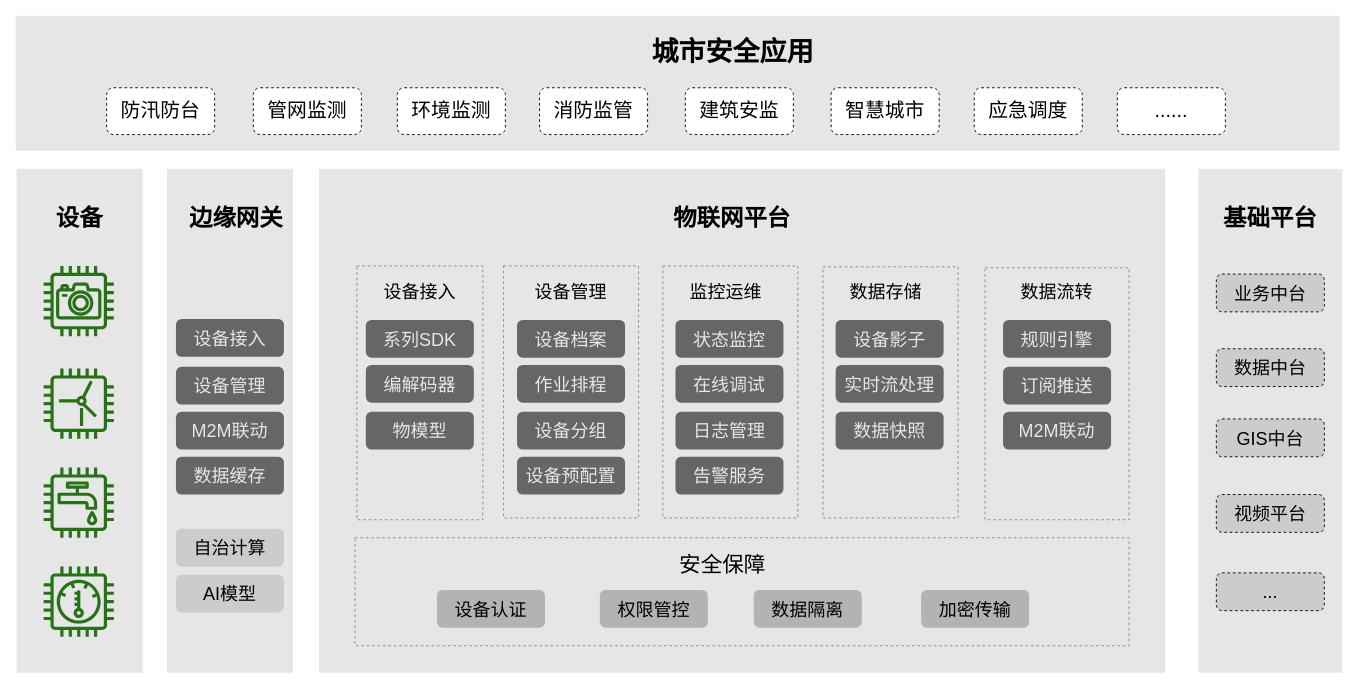
ZachChou-Product/model-design keeps this draw.io diagram as page "功能结构图" (4 of 14) of 城安云 物联网中台架构图.drawio. Above is the earlier version. Source tidied: cells renumbered, new cells numbered last; positions are measured from the earlier drawing's top-left corner, leaving out a move shared by most shapes. Both pictures are drawn from the tidied source at 90%, with x=0, y=0 at pixel (15, 15).
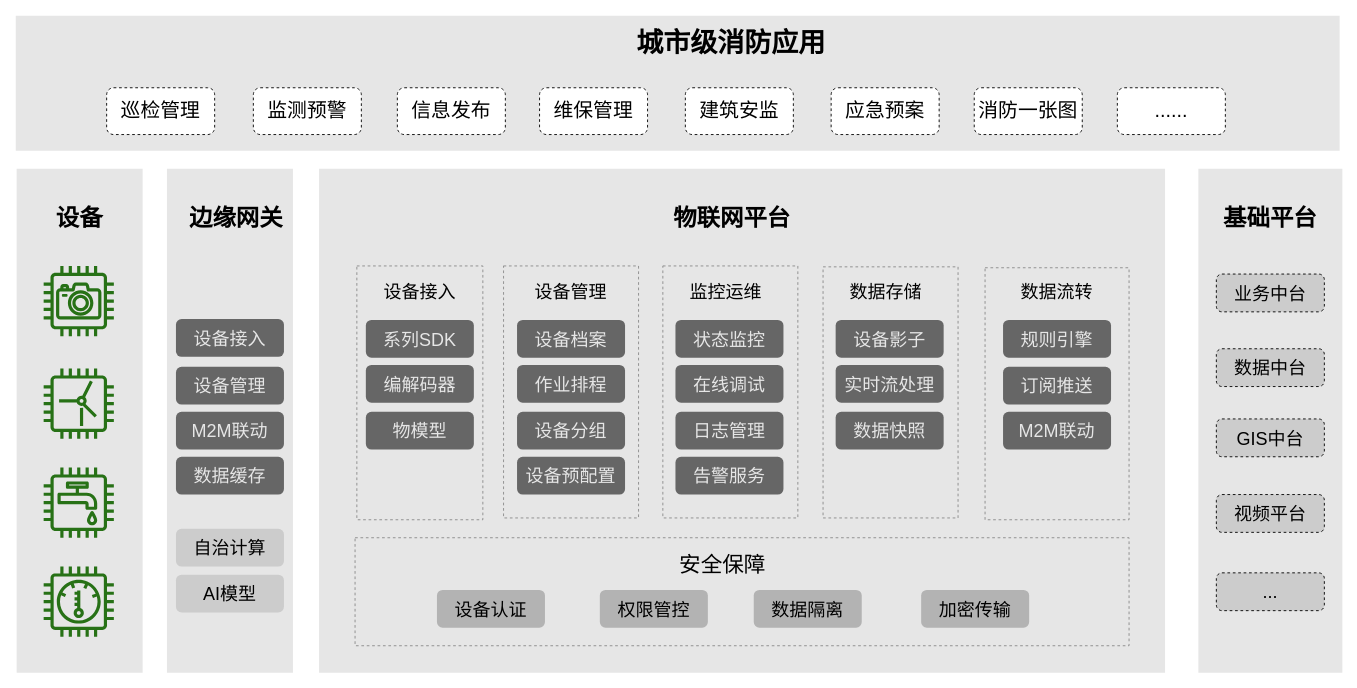
The same diagram, later.

What changed in the source:
```diff
@@
-    <mxCell id="57" value="城市安全应用" style="text;html=1;strokeColor=none;fillColor=none;align=center;verticalAlign=middle;whiteSpace=wrap;rounded=0;dashed=1;fontSize=30;fontStyle=1;" parent="1" vertex="1">
-      <mxGeometry x="697" y="30" width="200" height="20" as="geometry" />
+    <mxCell id="57" value="城市级消防应用" style="text;html=1;strokeColor=none;fillColor=none;align=center;verticalAlign=middle;whiteSpace=wrap;rounded=0;dashed=1;fontSize=30;fontStyle=1;" parent="1" vertex="1">
+      <mxGeometry x="663.2" y="20" width="264" height="20" as="geometry" />
     </mxCell>
-    <mxCell id="58" value="防汛防台" style="rounded=1;whiteSpace=wrap;html=1;dashed=1;strokeColor=#000000;fillColor=#FFFFFF;fontSize=22;" parent="1" vertex="1">
+    <mxCell id="58" value="巡检管理" style="rounded=1;whiteSpace=wrap;html=1;dashed=1;strokeColor=#000000;fillColor=#FFFFFF;fontSize=22;" parent="1" vertex="1">
       <mxGeometry x="101" y="80" width="120" height="52" as="geometry" />
     </mxCell>
-    <mxCell id="59" value="管网监测" style="rounded=1;whiteSpace=wrap;html=1;dashed=1;strokeColor=#000000;fillColor=#FFFFFF;fontSize=22;" parent="1" vertex="1">
+    <mxCell id="59" value="监测预警" style="rounded=1;whiteSpace=wrap;html=1;dashed=1;strokeColor=#000000;fillColor=#FFFFFF;fontSize=22;" parent="1" vertex="1">
       <mxGeometry x="264" y="80" width="120" height="52" as="geometry" />
     </mxCell>
-    <mxCell id="60" value="环境监测" style="rounded=1;whiteSpace=wrap;html=1;dashed=1;strokeColor=#000000;fillColor=#FFFFFF;fontSize=22;" parent="1" vertex="1">
+    <mxCell id="60" value="信息发布" style="rounded=1;whiteSpace=wrap;html=1;dashed=1;strokeColor=#000000;fillColor=#FFFFFF;fontSize=22;" parent="1" vertex="1">
       <mxGeometry x="424" y="80" width="120" height="52" as="geometry" />
     </mxCell>
-    <mxCell id="61" value="消防监管" style="rounded=1;whiteSpace=wrap;html=1;dashed=1;strokeColor=#000000;fillColor=#FFFFFF;fontSize=22;" parent="1" vertex="1">
+    <mxCell id="61" value="维保管理" style="rounded=1;whiteSpace=wrap;html=1;dashed=1;strokeColor=#000000;fillColor=#FFFFFF;fontSize=22;" parent="1" vertex="1">
       <mxGeometry x="582" y="80" width="120" height="52" as="geometry" />
     </mxCell>
@@
-    <mxCell id="63" value="智慧城市" style="rounded=1;whiteSpace=wrap;html=1;dashed=1;strokeColor=#000000;fillColor=#FFFFFF;fontSize=22;" parent="1" vertex="1">
+    <mxCell id="63" value="应急预案" style="rounded=1;whiteSpace=wrap;html=1;dashed=1;strokeColor=#000000;fillColor=#FFFFFF;fontSize=22;" parent="1" vertex="1">
       <mxGeometry x="906" y="80" width="120" height="52" as="geometry" />
     </mxCell>
-    <mxCell id="64" value="应急调度" style="rounded=1;whiteSpace=wrap;html=1;dashed=1;strokeColor=#000000;fillColor=#FFFFFF;fontSize=22;" parent="1" vertex="1">
+    <mxCell id="64" value="消防一张图" style="rounded=1;whiteSpace=wrap;html=1;dashed=1;strokeColor=#000000;fillColor=#FFFFFF;fontSize=22;" parent="1" vertex="1">
       <mxGeometry x="1065" y="80" width="120" height="52" as="geometry" />
     </mxCell>
```
